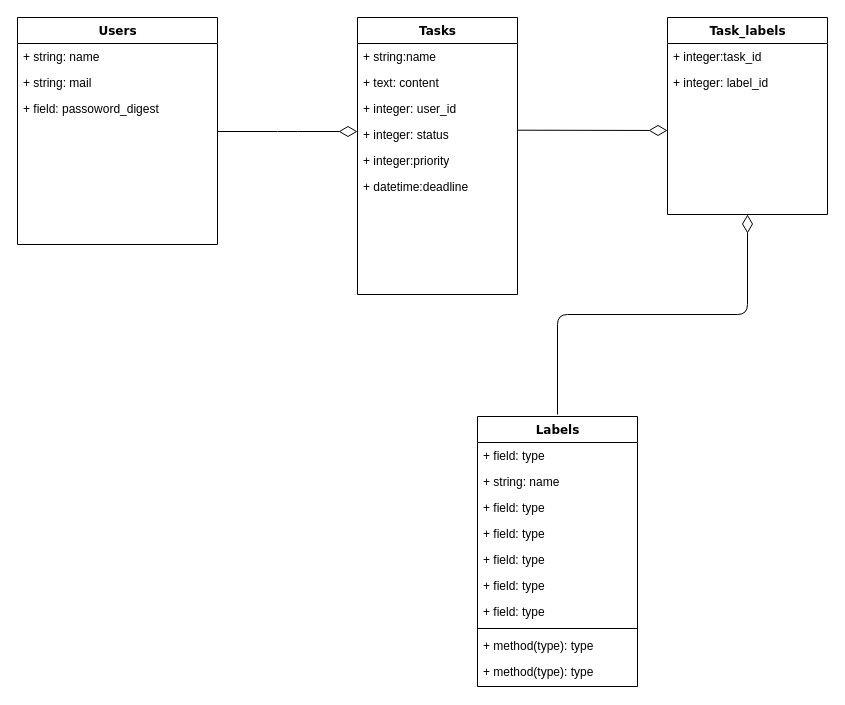
The draw.io diagram docs/taskManage.drawio in meganeJPN/task_manage_app, before the edit. Source tidied: cells renumbered, new cells numbered last; positions are measured from the earlier drawing's top-left corner, leaving out a move shared by most shapes. Both pictures are drawn from the tidied source at 100%, with x=0, y=0 at pixel (17, 17).
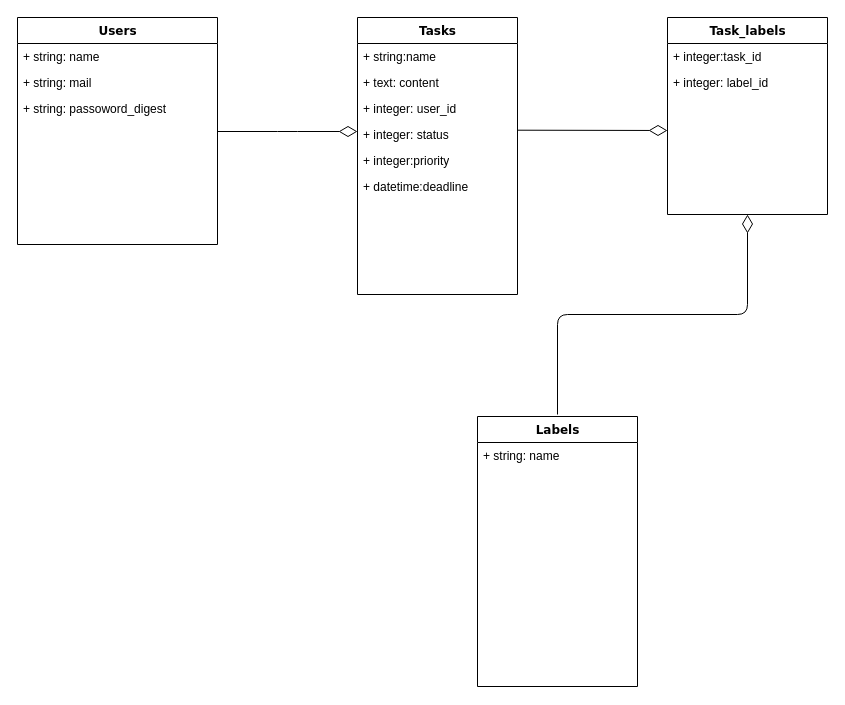
The same page after the edit.

Commit message (it also covers changes not shown here):
er図を修正 readmeに記載するテーブルスキーマの元データとなるexcelファイルをdocsに追加

Unchanged cells that the change refers to:
```xml
<mxCell id="2" value="Users" style="swimlane;html=1;fontStyle=1;align=center;verticalAlign=top;horizontal=1;startSize=26;swimlaneFillColor=#ffffff;rounded=0;shadow=0;comic=0;labelBackgroundColor=none;strokeWidth=1;fillColor=none;fontFamily=Verdana;fontSize=12;" parent="1" vertex="1">
  <mxGeometry width="200" height="227" as="geometry" />
</mxCell>
<mxCell id="16" value="Labels" style="swimlane;html=1;fontStyle=1;align=center;verticalAlign=top;horizontal=1;startSize=26;swimlaneFillColor=#ffffff;rounded=0;shadow=0;comic=0;labelBackgroundColor=none;strokeWidth=1;fillColor=none;fontFamily=Verdana;fontSize=12;" parent="1" vertex="1">
  <mxGeometry x="460" y="399" width="160" height="270" as="geometry" />
</mxCell>
```

What changed in the source:
```diff
@@
-    <mxCell id="5" value="+ field: passoword_digest" style="text;html=1;strokeColor=none;fillColor=none;align=left;verticalAlign=top;spacingLeft=4;spacingRight=4;whiteSpace=wrap;overflow=hidden;" parent="2" vertex="1">
+    <mxCell id="5" value="+ string: passoword_digest" style="text;html=1;strokeColor=none;fillColor=none;align=left;verticalAlign=top;spacingLeft=4;spacingRight=4;whiteSpace=wrap;overflow=hidden;" parent="2" vertex="1">
       <mxGeometry y="78" width="200" height="26" as="geometry" />
     </mxCell>
@@
-    <mxCell id="17" value="+ field: type" style="text;html=1;strokeColor=none;fillColor=none;align=left;verticalAlign=top;spacingLeft=4;spacingRight=4;whiteSpace=wrap;overflow=hidden;" parent="16" vertex="1">
-      <mxGeometry y="26" width="160" height="26" as="geometry" />
-    </mxCell>
     <mxCell id="18" value="+ string: name" style="text;html=1;strokeColor=none;fillColor=none;align=left;verticalAlign=top;spacingLeft=4;spacingRight=4;whiteSpace=wrap;overflow=hidden;" parent="16" vertex="1">
-      <mxGeometry y="52" width="160" height="26" as="geometry" />
+      <mxGeometry y="26" width="160" height="26" as="geometry" />
     </mxCell>
-    <mxCell id="19" value="+ field: type" style="text;html=1;strokeColor=none;fillColor=none;align=left;verticalAlign=top;spacingLeft=4;spacingRight=4;whiteSpace=wrap;overflow=hidden;" parent="16" vertex="1">
-      <mxGeometry y="78" width="160" height="26" as="geometry" />
-    </mxCell>
-    <mxCell id="20" value="+ field: type" style="text;html=1;strokeColor=none;fillColor=none;align=left;verticalAlign=top;spacingLeft=4;spacingRight=4;whiteSpace=wrap;overflow=hidden;" parent="16" vertex="1">
-      <mxGeometry y="104" width="160" height="26" as="geometry" />
-    </mxCell>
-    <mxCell id="21" value="+ field: type" style="text;html=1;strokeColor=none;fillColor=none;align=left;verticalAlign=top;spacingLeft=4;spacingRight=4;whiteSpace=wrap;overflow=hidden;" parent="16" vertex="1">
-      <mxGeometry y="130" width="160" height="26" as="geometry" />
-    </mxCell>
-    <mxCell id="22" value="+ field: type" style="text;html=1;strokeColor=none;fillColor=none;align=left;verticalAlign=top;spacingLeft=4;spacingRight=4;whiteSpace=wrap;overflow=hidden;" parent="16" vertex="1">
-      <mxGeometry y="156" width="160" height="26" as="geometry" />
-    </mxCell>
-    <mxCell id="23" value="+ field: type" style="text;html=1;strokeColor=none;fillColor=none;align=left;verticalAlign=top;spacingLeft=4;spacingRight=4;whiteSpace=wrap;overflow=hidden;" parent="16" vertex="1">
-      <mxGeometry y="182" width="160" height="26" as="geometry" />
-    </mxCell>
-    <mxCell id="24" style="line;html=1;strokeWidth=1;fillColor=none;align=left;verticalAlign=middle;spacingTop=-1;spacingLeft=3;spacingRight=3;labelPosition=right;" parent="16" vertex="1">
-      <mxGeometry y="208" width="160" height="8" as="geometry" />
-    </mxCell>
-    <mxCell id="25" value="+ method(type): type" style="text;html=1;strokeColor=none;fillColor=none;align=left;verticalAlign=top;spacingLeft=4;spacingRight=4;whiteSpace=wrap;overflow=hidden;" parent="16" vertex="1">
-      <mxGeometry y="216" width="160" height="26" as="geometry" />
-    </mxCell>
-    <mxCell id="26" value="+ method(type): type" style="text;html=1;strokeColor=none;fillColor=none;align=left;verticalAlign=top;spacingLeft=4;spacingRight=4;whiteSpace=wrap;overflow=hidden;" parent="16" vertex="1">
-      <mxGeometry y="242" width="160" height="26" as="geometry" />
-    </mxCell>
```
